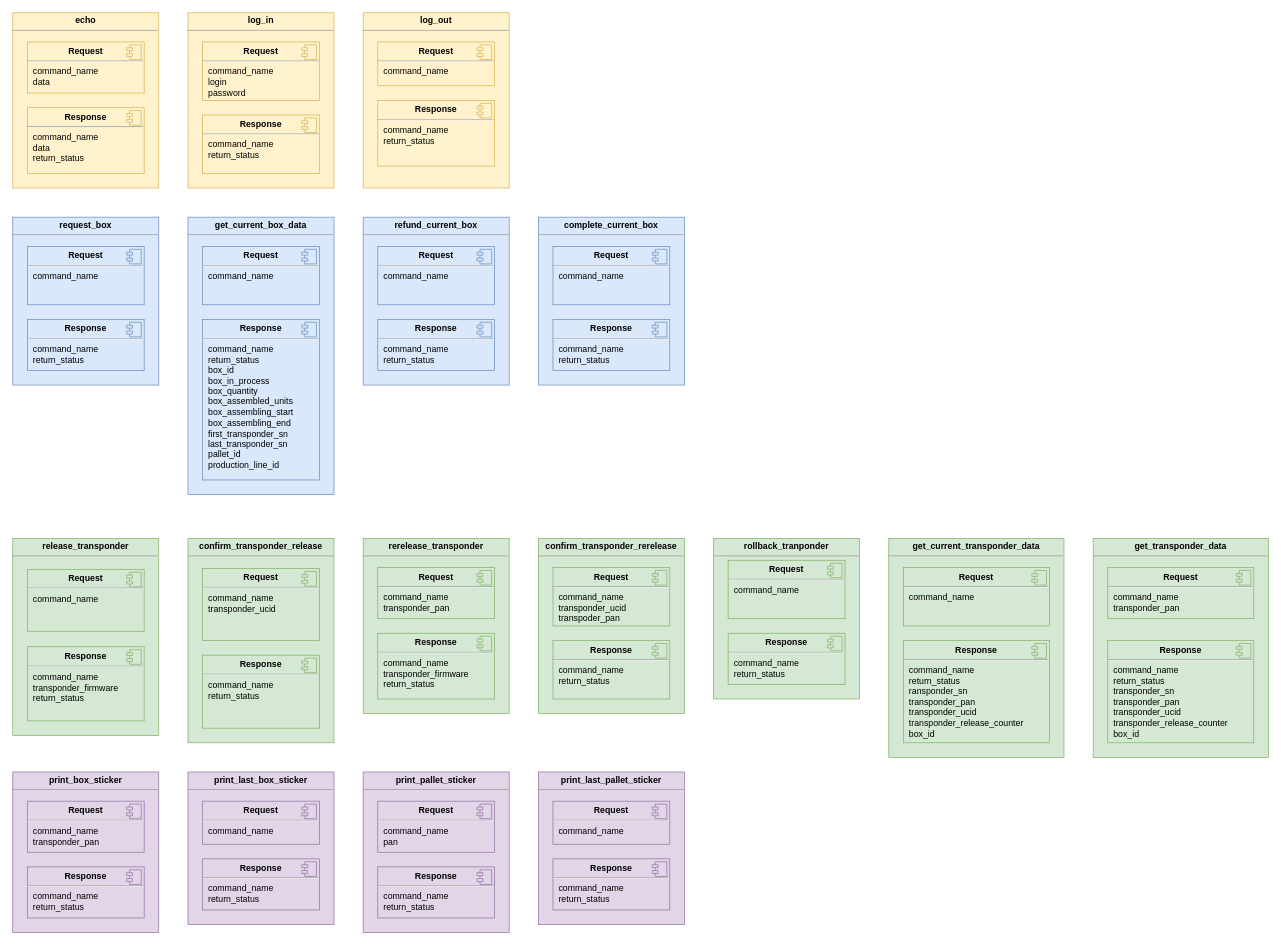
Before: Doc/Protocol.drawio in SultanLenvu/PersoServer, a draw.io diagram. Source tidied: cells renumbered, new cells numbered last; positions are measured from the earlier drawing's top-left corner, leaving out a move shared by most shapes. Both pictures are drawn from the tidied source at 73%, with x=0, y=0 at pixel (12, 12).
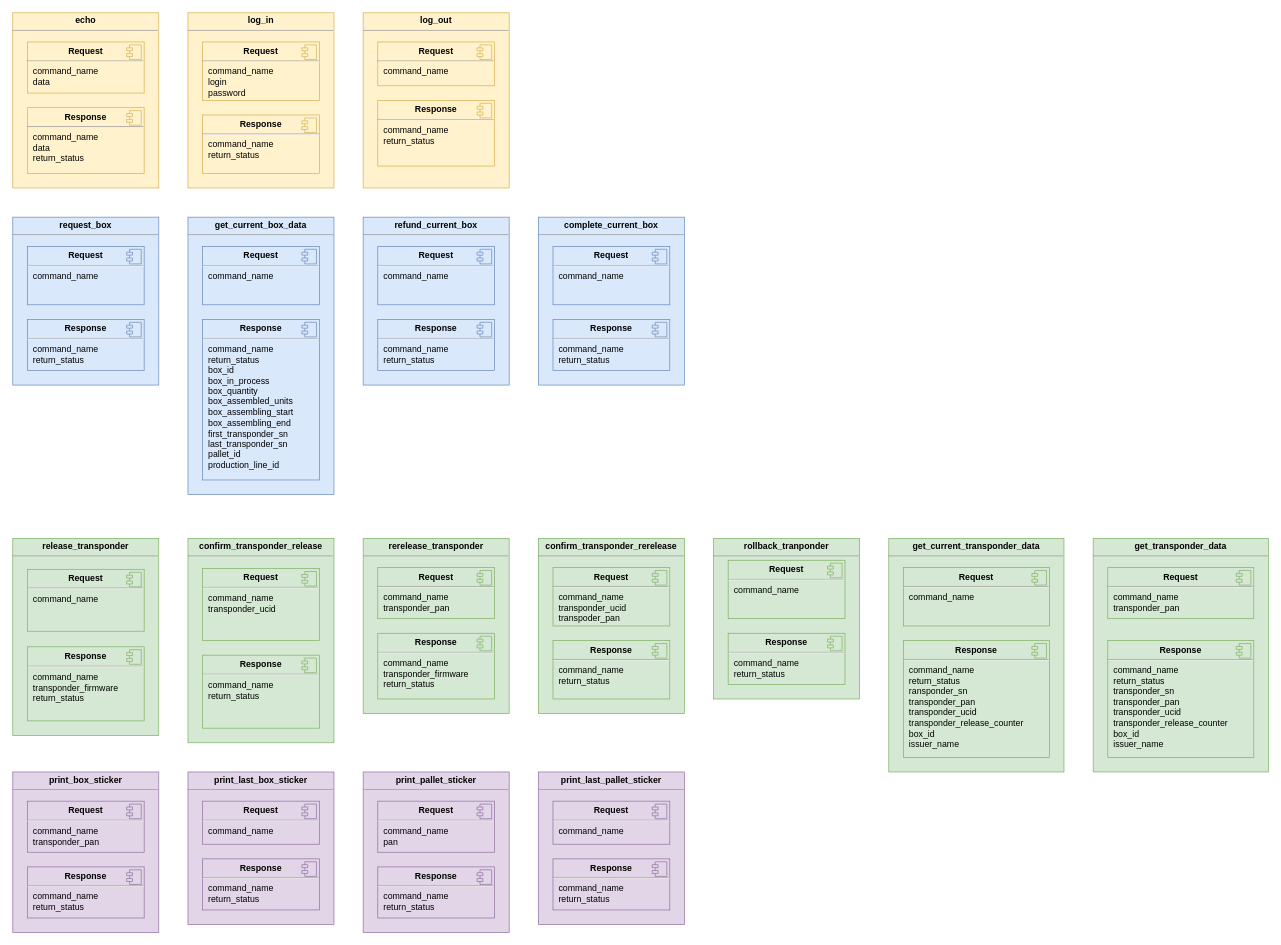
The same page after the edit.

Commit message (it also covers changes not shown here):
all box command done

Change to the diagram source:
```diff
@@
     <mxCell id="72" value="&lt;p style=&quot;text-align: center ; margin: 4px 0px 0px&quot;&gt;&lt;b&gt;get_current_transponder_data&lt;/b&gt;&lt;/p&gt;&lt;hr size=&quot;1&quot;&gt;&lt;div style=&quot;height: 2px&quot;&gt;&lt;/div&gt;" style="verticalAlign=top;align=left;overflow=fill;fontSize=12;fontFamily=Helvetica;html=1;strokeColor=#82b366;fillColor=#d5e8d4;" parent="1" vertex="1">
-      <mxGeometry x="1200" y="720" width="240" height="300" as="geometry" />
+      <mxGeometry x="1200" y="720" width="240" height="320" as="geometry" />
     </mxCell>
@@
-    <mxCell id="75" value="&lt;p style=&quot;margin: 0px ; margin-top: 6px ; text-align: center&quot;&gt;&lt;span style=&quot;text-align: left&quot;&gt;&lt;b&gt;Response&lt;/b&gt;&lt;/span&gt;&lt;br&gt;&lt;/p&gt;&lt;hr&gt;&lt;p style=&quot;margin: 0px 0px 0px 8px&quot;&gt;command_name&lt;br&gt;&lt;/p&gt;&lt;p style=&quot;margin: 0px 0px 0px 8px&quot;&gt;&lt;span&gt;return_status&lt;/span&gt;&lt;br&gt;&lt;/p&gt;&lt;p style=&quot;margin: 0px 0px 0px 8px&quot;&gt;ransponder_sn&lt;/p&gt;&lt;p style=&quot;margin: 0px 0px 0px 8px&quot;&gt;transponder_pan&lt;/p&gt;&lt;p style=&quot;margin: 0px 0px 0px 8px&quot;&gt;transponder_ucid&lt;br&gt;&lt;/p&gt;&lt;p style=&quot;margin: 0px 0px 0px 8px&quot;&gt;transponder_release_counter&lt;/p&gt;&lt;p style=&quot;margin: 0px 0px 0px 8px&quot;&gt;box_id&lt;/p&gt;&lt;p style=&quot;margin: 0px ; margin-left: 8px&quot;&gt;&lt;br&gt;&lt;/p&gt;&lt;p style=&quot;margin: 0px ; margin-left: 8px&quot;&gt;&lt;br&gt;&lt;/p&gt;&lt;p style=&quot;margin: 0px ; margin-left: 8px&quot;&gt;&lt;br&gt;&lt;/p&gt;" style="align=left;overflow=fill;html=1;fillColor=#d5e8d4;strokeColor=#82b366;" parent="1" vertex="1">
-      <mxGeometry x="1220" y="860" width="200" height="140" as="geometry" />
+    <mxCell id="75" value="&lt;p style=&quot;margin: 0px ; margin-top: 6px ; text-align: center&quot;&gt;&lt;span style=&quot;text-align: left&quot;&gt;&lt;b&gt;Response&lt;/b&gt;&lt;/span&gt;&lt;br&gt;&lt;/p&gt;&lt;hr&gt;&lt;p style=&quot;margin: 0px 0px 0px 8px&quot;&gt;command_name&lt;br&gt;&lt;/p&gt;&lt;p style=&quot;margin: 0px 0px 0px 8px&quot;&gt;&lt;span&gt;return_status&lt;/span&gt;&lt;br&gt;&lt;/p&gt;&lt;p style=&quot;margin: 0px 0px 0px 8px&quot;&gt;ransponder_sn&lt;/p&gt;&lt;p style=&quot;margin: 0px 0px 0px 8px&quot;&gt;transponder_pan&lt;/p&gt;&lt;p style=&quot;margin: 0px 0px 0px 8px&quot;&gt;transponder_ucid&lt;br&gt;&lt;/p&gt;&lt;p style=&quot;margin: 0px 0px 0px 8px&quot;&gt;transponder_release_counter&lt;/p&gt;&lt;p style=&quot;margin: 0px 0px 0px 8px&quot;&gt;box_id&lt;/p&gt;&lt;p style=&quot;margin: 0px 0px 0px 8px&quot;&gt;issuer_name&lt;/p&gt;&lt;p style=&quot;margin: 0px ; margin-left: 8px&quot;&gt;&lt;br&gt;&lt;/p&gt;&lt;p style=&quot;margin: 0px ; margin-left: 8px&quot;&gt;&lt;br&gt;&lt;/p&gt;&lt;p style=&quot;margin: 0px ; margin-left: 8px&quot;&gt;&lt;br&gt;&lt;/p&gt;" style="align=left;overflow=fill;html=1;fillColor=#d5e8d4;strokeColor=#82b366;" parent="1" vertex="1">
+      <mxGeometry x="1220" y="860" width="200" height="160" as="geometry" />
     </mxCell>
@@
     <mxCell id="77" value="&lt;p style=&quot;text-align: center ; margin: 4px 0px 0px&quot;&gt;&lt;b&gt;get_transponder_data&lt;/b&gt;&lt;/p&gt;&lt;hr size=&quot;1&quot;&gt;&lt;div style=&quot;height: 2px&quot;&gt;&lt;/div&gt;" style="verticalAlign=top;align=left;overflow=fill;fontSize=12;fontFamily=Helvetica;html=1;strokeColor=#82b366;fillColor=#d5e8d4;" parent="1" vertex="1">
-      <mxGeometry x="1480" y="720" width="240" height="300" as="geometry" />
+      <mxGeometry x="1480" y="720" width="240" height="320" as="geometry" />
     </mxCell>
@@
-    <mxCell id="80" value="&lt;p style=&quot;margin: 0px ; margin-top: 6px ; text-align: center&quot;&gt;&lt;span style=&quot;text-align: left&quot;&gt;&lt;b&gt;Response&lt;/b&gt;&lt;/span&gt;&lt;br&gt;&lt;/p&gt;&lt;hr&gt;&lt;p style=&quot;margin: 0px 0px 0px 8px&quot;&gt;command_name&lt;br&gt;&lt;/p&gt;&lt;p style=&quot;margin: 0px 0px 0px 8px&quot;&gt;&lt;span&gt;return_status&lt;/span&gt;&lt;br&gt;&lt;/p&gt;&lt;p style=&quot;margin: 0px 0px 0px 8px&quot;&gt;transponder_sn&lt;/p&gt;&lt;p style=&quot;margin: 0px 0px 0px 8px&quot;&gt;transponder_pan&lt;/p&gt;&lt;p style=&quot;margin: 0px 0px 0px 8px&quot;&gt;transponder_ucid&lt;br&gt;&lt;/p&gt;&lt;p style=&quot;margin: 0px 0px 0px 8px&quot;&gt;transponder_release_counter&lt;/p&gt;&lt;p style=&quot;margin: 0px 0px 0px 8px&quot;&gt;box_id&lt;/p&gt;&lt;p style=&quot;margin: 0px 0px 0px 8px&quot;&gt;&lt;br&gt;&lt;/p&gt;&lt;p style=&quot;margin: 0px ; margin-left: 8px&quot;&gt;&lt;br&gt;&lt;/p&gt;&lt;p style=&quot;margin: 0px ; margin-left: 8px&quot;&gt;&lt;br&gt;&lt;/p&gt;&lt;p style=&quot;margin: 0px ; margin-left: 8px&quot;&gt;&lt;br&gt;&lt;/p&gt;" style="align=left;overflow=fill;html=1;fillColor=#d5e8d4;strokeColor=#82b366;" parent="1" vertex="1">
-      <mxGeometry x="1500" y="860" width="200" height="140" as="geometry" />
+    <mxCell id="80" value="&lt;p style=&quot;margin: 0px ; margin-top: 6px ; text-align: center&quot;&gt;&lt;span style=&quot;text-align: left&quot;&gt;&lt;b&gt;Response&lt;/b&gt;&lt;/span&gt;&lt;br&gt;&lt;/p&gt;&lt;hr&gt;&lt;p style=&quot;margin: 0px 0px 0px 8px&quot;&gt;command_name&lt;br&gt;&lt;/p&gt;&lt;p style=&quot;margin: 0px 0px 0px 8px&quot;&gt;&lt;span&gt;return_status&lt;/span&gt;&lt;br&gt;&lt;/p&gt;&lt;p style=&quot;margin: 0px 0px 0px 8px&quot;&gt;transponder_sn&lt;/p&gt;&lt;p style=&quot;margin: 0px 0px 0px 8px&quot;&gt;transponder_pan&lt;/p&gt;&lt;p style=&quot;margin: 0px 0px 0px 8px&quot;&gt;transponder_ucid&lt;br&gt;&lt;/p&gt;&lt;p style=&quot;margin: 0px 0px 0px 8px&quot;&gt;transponder_release_counter&lt;/p&gt;&lt;p style=&quot;margin: 0px 0px 0px 8px&quot;&gt;box_id&lt;/p&gt;&lt;p style=&quot;margin: 0px 0px 0px 8px&quot;&gt;issuer_name&lt;/p&gt;&lt;p style=&quot;margin: 0px ; margin-left: 8px&quot;&gt;&lt;br&gt;&lt;/p&gt;" style="align=left;overflow=fill;html=1;fillColor=#d5e8d4;strokeColor=#82b366;" parent="1" vertex="1">
+      <mxGeometry x="1500" y="860" width="200" height="160" as="geometry" />
     </mxCell>
```
